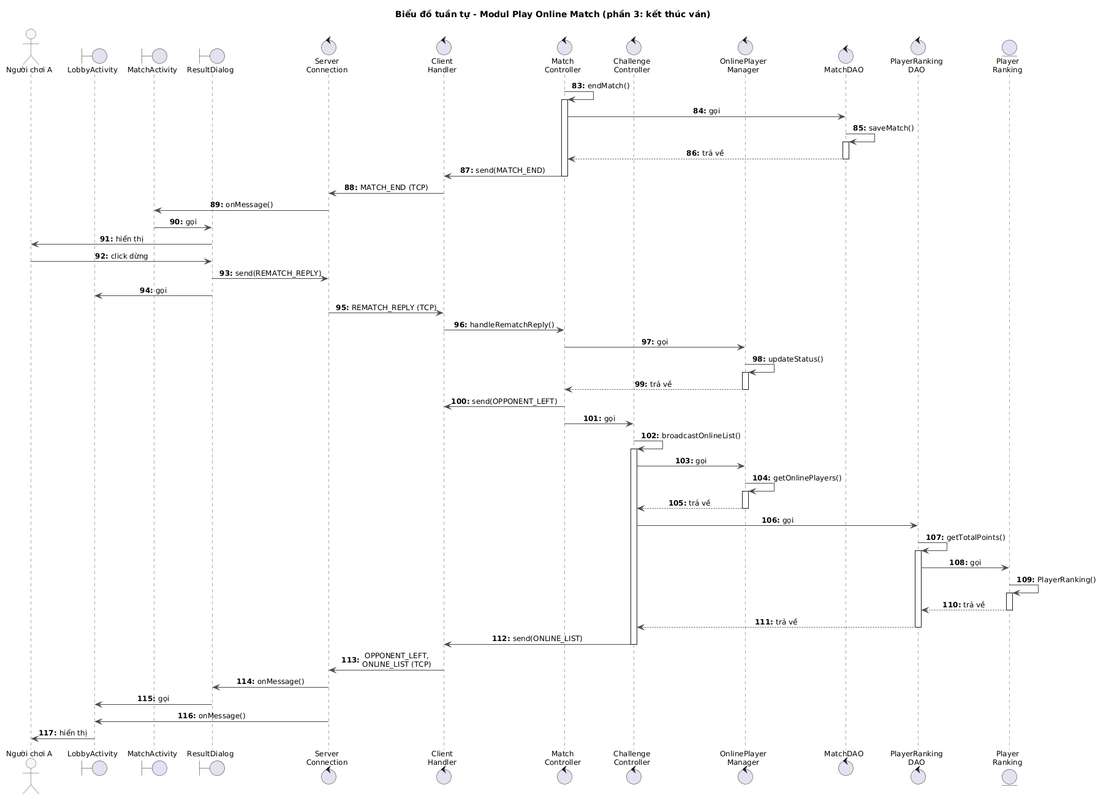
The PlantUML diagram docs/uml/pha3/seq-m4-3.png in VattenL/mobile-pikachu, before a commit.
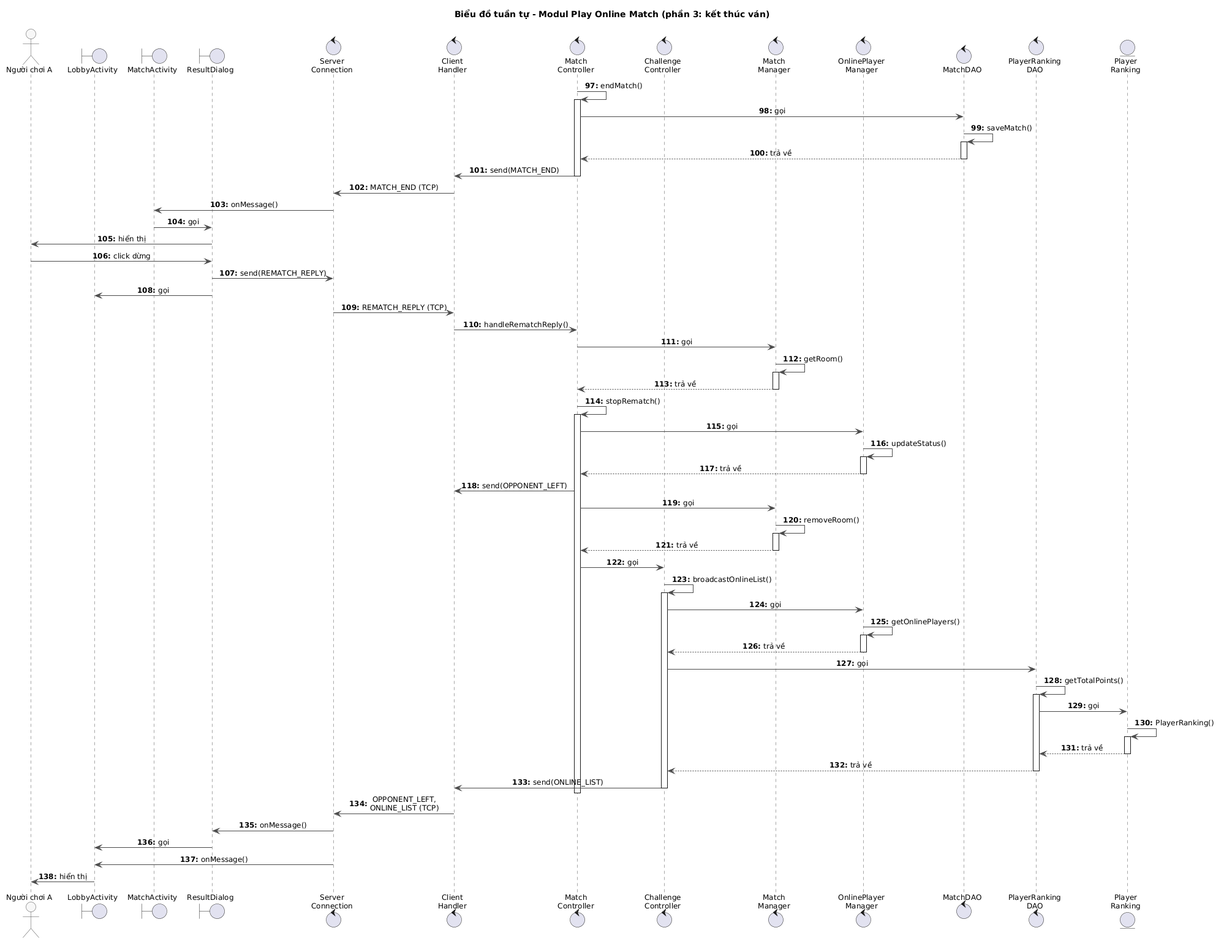
Above is the later version.

The edit, as a diff of the source:
```diff
@@ -14,7 +14,7 @@
   ActorBackgroundColor #F7F7F7
 }
 autonumber "<b>0:"
-autonumber 83 "<b>0:"
+autonumber 97 "<b>0:"
 
 actor "Người chơi A" as A
 boundary LobbyActivity
@@ -24,6 +24,7 @@
 control "Client\nHandler" as ClientHandler
 control "Match\nController" as MatchController
 control "Challenge\nController" as ChallengeController
+control "Match\nManager" as MatchManager
 control "OnlinePlayer\nManager" as OnlinePlayerManager
 control MatchDAO
 control "PlayerRanking\nDAO" as PlayerRankingDAO
@@ -47,12 +48,24 @@
 ResultDialog -> LobbyActivity : gọi
 ServerConnection -> ClientHandler : REMATCH_REPLY (TCP)
 ClientHandler -> MatchController : handleRematchReply()
+MatchController -> MatchManager : gọi
+MatchManager -> MatchManager : getRoom()
+activate MatchManager
+MatchManager --> MatchController : trả về
+deactivate MatchManager
+MatchController -> MatchController : stopRematch()
+activate MatchController
 MatchController -> OnlinePlayerManager : gọi
 OnlinePlayerManager -> OnlinePlayerManager : updateStatus()
 activate OnlinePlayerManager
 OnlinePlayerManager --> MatchController : trả về
 deactivate OnlinePlayerManager
 MatchController -> ClientHandler : send(OPPONENT_LEFT)
+MatchController -> MatchManager : gọi
+MatchManager -> MatchManager : removeRoom()
+activate MatchManager
+MatchManager --> MatchController : trả về
+deactivate MatchManager
 MatchController -> ChallengeController : gọi
 ChallengeController -> ChallengeController : broadcastOnlineList()
 activate ChallengeController
@@ -73,6 +86,7 @@
 deactivate PlayerRankingDAO
 ChallengeController -> ClientHandler : send(ONLINE_LIST)
 deactivate ChallengeController
+deactivate MatchController
 ClientHandler -> ServerConnection : OPPONENT_LEFT,\nONLINE_LIST (TCP)
 ServerConnection -> ResultDialog : onMessage()
 ResultDialog -> LobbyActivity : gọi
```
